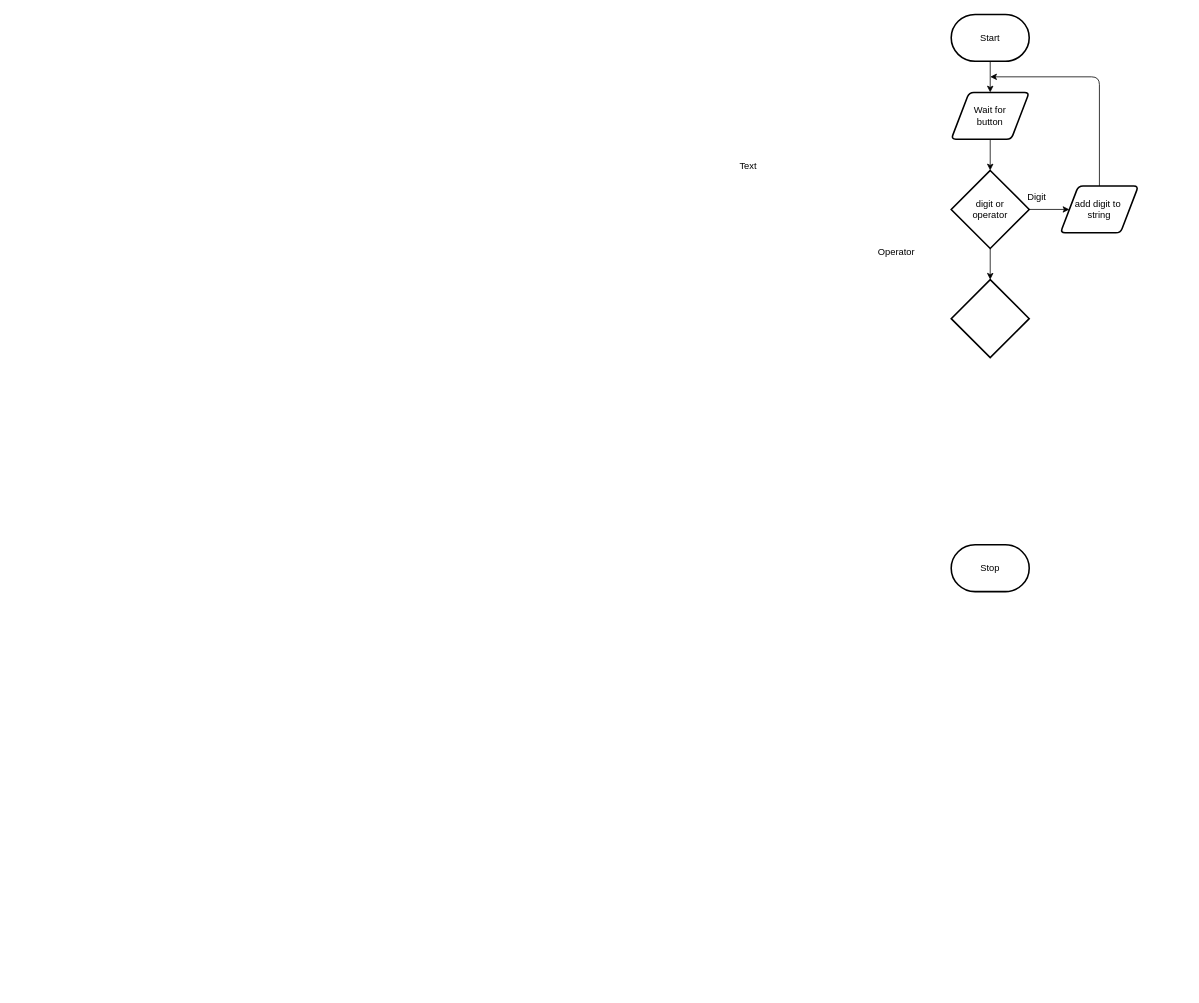
Adam-Batiuk/ICD2O-1-2023-Final-Project-Adam-Batiuk keeps this draw.io diagram as design/flowchart.drawio. Above is the earlier version. Source tidied: cells renumbered, new cells numbered last; positions are measured from the earlier drawing's top-left corner, leaving out a move shared by most shapes. Both pictures are drawn from the tidied source at 78%, with x=0, y=0 at pixel (725, 14).
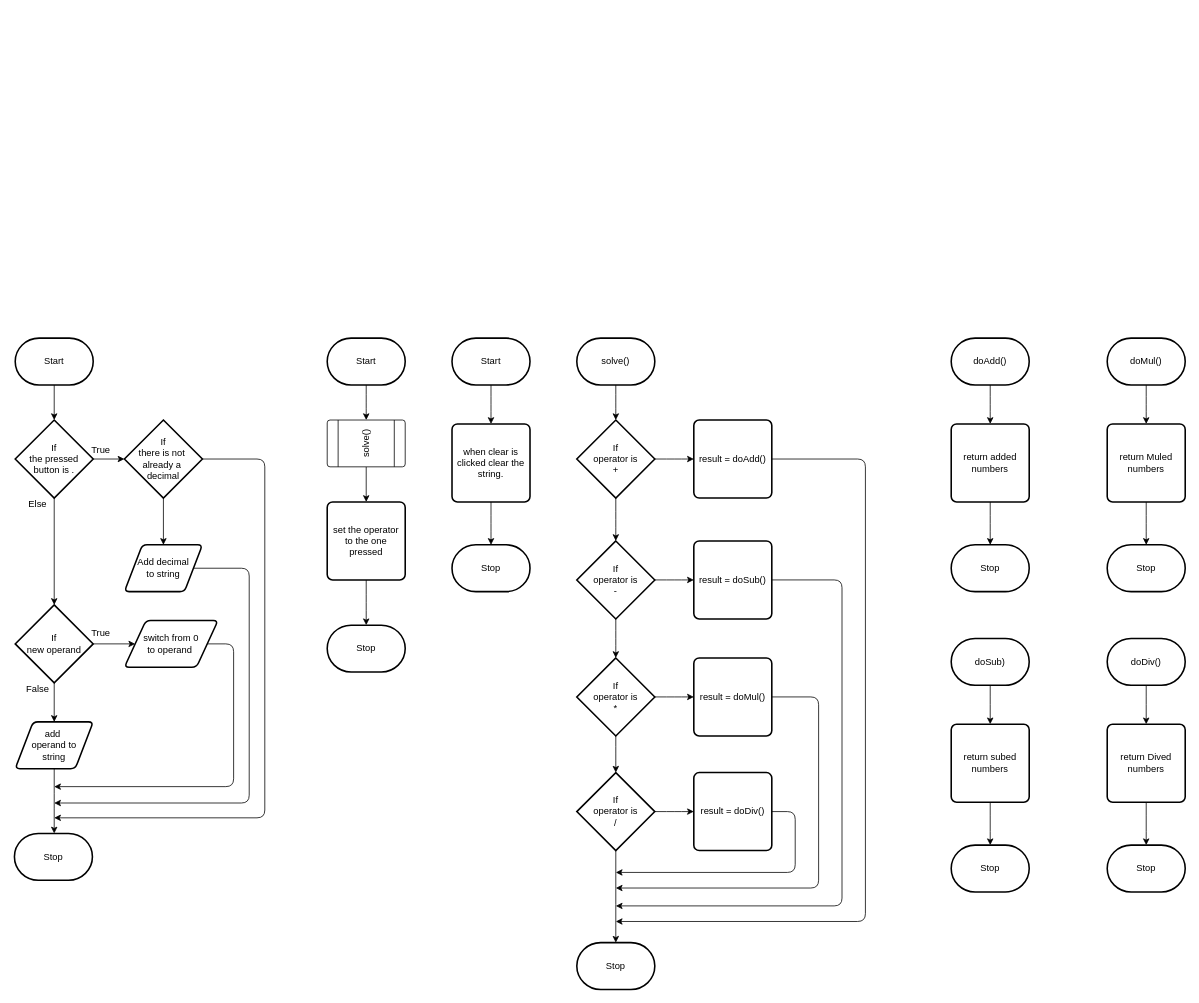
The same page after the edit.

Unchanged cells that the change refers to:
```xml
<mxCell id="2" value="Stop" style="strokeWidth=2;html=1;shape=mxgraph.flowchart.terminator;whiteSpace=wrap;" parent="1" vertex="1">
  <mxGeometry x="290" y="680" width="100" height="60" as="geometry" />
</mxCell>
```

What changed in the source:
```diff
@@
-    <mxCell id="3" style="edgeStyle=none;html=1;" parent="1" edge="1" source="4" target="9">
-      <mxGeometry relative="1" as="geometry" />
-    </mxCell>
-    <mxCell id="4" value="Start" style="strokeWidth=2;html=1;shape=mxgraph.flowchart.terminator;whiteSpace=wrap;" parent="1" vertex="1">
-      <mxGeometry x="290" width="100" height="60" as="geometry" />
-    </mxCell>
-    <mxCell id="5" style="edgeStyle=none;html=1;" parent="1" edge="1" source="7" target="13">
-      <mxGeometry relative="1" as="geometry" />
-    </mxCell>
-    <mxCell id="6" style="edgeStyle=none;html=1;" parent="1" edge="1" source="7" target="15">
-      <mxGeometry relative="1" as="geometry" />
-    </mxCell>
-    <mxCell id="7" value="digit or &lt;br&gt;operator" style="strokeWidth=2;html=1;shape=mxgraph.flowchart.decision;whiteSpace=wrap;" parent="1" vertex="1">
-      <mxGeometry x="290" y="200" width="100" height="100" as="geometry" />
-    </mxCell>
-    <mxCell id="8" style="edgeStyle=none;html=1;" parent="1" edge="1" source="9" target="7">
-      <mxGeometry relative="1" as="geometry" />
-    </mxCell>
-    <mxCell id="9" value="Wait for &lt;br&gt;button" style="shape=parallelogram;html=1;strokeWidth=2;perimeter=parallelogramPerimeter;whiteSpace=wrap;rounded=1;arcSize=12;size=0.23;" parent="1" vertex="1">
-      <mxGeometry x="290" y="100" width="100" height="60" as="geometry" />
-    </mxCell>
-    <mxCell id="10" value="Text" style="text;html=1;strokeColor=none;fillColor=none;align=center;verticalAlign=middle;whiteSpace=wrap;rounded=0;" parent="1" vertex="1">
-      <mxGeometry y="180" width="60" height="30" as="geometry" />
-    </mxCell>
-    <mxCell id="11" value="Digit" style="text;html=1;strokeColor=none;fillColor=none;align=center;verticalAlign=middle;whiteSpace=wrap;rounded=0;" parent="1" vertex="1">
-      <mxGeometry x="370" y="220" width="60" height="30" as="geometry" />
-    </mxCell>
-    <mxCell id="12" style="edgeStyle=orthogonalEdgeStyle;html=1;" parent="1" edge="1" source="13">
-      <mxGeometry relative="1" as="geometry">
-        <mxPoint x="340" y="80" as="targetPoint" />
-        <Array as="points">
-          <mxPoint x="480" y="80" />
-        </Array>
-      </mxGeometry>
-    </mxCell>
-    <mxCell id="13" value="add digit to&amp;nbsp;&lt;br&gt;string" style="shape=parallelogram;html=1;strokeWidth=2;perimeter=parallelogramPerimeter;whiteSpace=wrap;rounded=1;arcSize=12;size=0.23;" parent="1" vertex="1">
-      <mxGeometry x="430" y="220" width="100" height="60" as="geometry" />
-    </mxCell>
-    <mxCell id="14" value="Operator" style="text;html=1;strokeColor=none;fillColor=none;align=center;verticalAlign=middle;whiteSpace=wrap;rounded=0;" parent="1" vertex="1">
-      <mxGeometry x="190" y="290" width="60" height="30" as="geometry" />
-    </mxCell>
-    <mxCell id="15" style="strokeWidth=2;html=1;shape=mxgraph.flowchart.decision;whiteSpace=wrap;" parent="1" vertex="1">
-      <mxGeometry x="290" y="340" width="100" height="100" as="geometry" />
-    </mxCell>
+    <mxCell id="16" style="edgeStyle=elbowEdgeStyle;html=1;" parent="1" edge="1" source="17" target="76">
+      <mxGeometry relative="1" as="geometry" />
+    </mxCell>
+    <mxCell id="17" value="doAdd()" style="strokeWidth=2;html=1;shape=mxgraph.flowchart.terminator;whiteSpace=wrap;" parent="1" vertex="1">
+      <mxGeometry x="290" y="415" width="100" height="60" as="geometry" />
+    </mxCell>
+    <mxCell id="18" value="Stop" style="strokeWidth=2;html=1;shape=mxgraph.flowchart.terminator;whiteSpace=wrap;" parent="1" vertex="1">
+      <mxGeometry x="-190" y="1190" width="100" height="60" as="geometry" />
+    </mxCell>
+    <mxCell id="19" style="edgeStyle=elbowEdgeStyle;html=1;" parent="1" edge="1" source="20" target="57">
+      <mxGeometry relative="1" as="geometry" />
+    </mxCell>
+    <mxCell id="20" value="solve()" style="strokeWidth=2;html=1;shape=mxgraph.flowchart.terminator;whiteSpace=wrap;" parent="1" vertex="1">
+      <mxGeometry x="-190" y="415" width="100" height="60" as="geometry" />
+    </mxCell>
+    <mxCell id="21" value="Stop" style="strokeWidth=2;html=1;shape=mxgraph.flowchart.terminator;whiteSpace=wrap;" parent="1" vertex="1">
+      <mxGeometry x="-350" y="680" width="100" height="60" as="geometry" />
+    </mxCell>
+    <mxCell id="22" style="edgeStyle=elbowEdgeStyle;html=1;" parent="1" edge="1" source="23" target="54">
+      <mxGeometry relative="1" as="geometry" />
+    </mxCell>
+    <mxCell id="23" value="Start" style="strokeWidth=2;html=1;shape=mxgraph.flowchart.terminator;whiteSpace=wrap;" parent="1" vertex="1">
+      <mxGeometry x="-350" y="415" width="100" height="60" as="geometry" />
+    </mxCell>
+    <mxCell id="24" value="Stop" style="strokeWidth=2;html=1;shape=mxgraph.flowchart.terminator;whiteSpace=wrap;" parent="1" vertex="1">
+      <mxGeometry x="-510" y="783" width="100" height="60" as="geometry" />
+    </mxCell>
+    <mxCell id="25" style="edgeStyle=elbowEdgeStyle;html=1;entryX=0.5;entryY=0;entryDx=0;entryDy=0;" parent="1" edge="1" source="26" target="50">
+      <mxGeometry relative="1" as="geometry" />
+    </mxCell>
+    <mxCell id="26" value="Start" style="strokeWidth=2;html=1;shape=mxgraph.flowchart.terminator;whiteSpace=wrap;" parent="1" vertex="1">
+      <mxGeometry x="-510" y="415" width="100" height="60" as="geometry" />
+    </mxCell>
+    <mxCell id="27" value="Stop" style="strokeWidth=2;html=1;shape=mxgraph.flowchart.terminator;whiteSpace=wrap;" parent="1" vertex="1">
+      <mxGeometry x="-911" y="1050" width="100" height="60" as="geometry" />
+    </mxCell>
+    <mxCell id="28" style="edgeStyle=none;html=1;" parent="1" edge="1" source="29" target="32">
+      <mxGeometry relative="1" as="geometry" />
+    </mxCell>
+    <mxCell id="29" value="Start" style="strokeWidth=2;html=1;shape=mxgraph.flowchart.terminator;whiteSpace=wrap;" parent="1" vertex="1">
+      <mxGeometry x="-910" y="415" width="100" height="60" as="geometry" />
+    </mxCell>
+    <mxCell id="30" style="edgeStyle=none;html=1;" parent="1" edge="1" source="32" target="35">
+      <mxGeometry relative="1" as="geometry" />
+    </mxCell>
+    <mxCell id="31" style="edgeStyle=none;html=1;" parent="1" edge="1" source="32" target="38">
+      <mxGeometry relative="1" as="geometry" />
+    </mxCell>
+    <mxCell id="32" value="If&lt;br&gt;the pressed button is ." style="strokeWidth=2;html=1;shape=mxgraph.flowchart.decision;whiteSpace=wrap;" parent="1" vertex="1">
+      <mxGeometry x="-910" y="520" width="100" height="100" as="geometry" />
+    </mxCell>
+    <mxCell id="33" style="edgeStyle=none;html=1;" parent="1" edge="1" source="35" target="46">
+      <mxGeometry relative="1" as="geometry" />
+    </mxCell>
+    <mxCell id="34" style="edgeStyle=elbowEdgeStyle;html=1;" parent="1" edge="1" source="35">
+      <mxGeometry relative="1" as="geometry">
+        <mxPoint x="-860" y="1030" as="targetPoint" />
+        <Array as="points">
+          <mxPoint x="-590" y="850" />
+          <mxPoint x="-560" y="860" />
+          <mxPoint x="-530" y="780" />
+        </Array>
+      </mxGeometry>
+    </mxCell>
+    <mxCell id="35" value="If&lt;br&gt;there is not&amp;nbsp;&lt;br&gt;already a&amp;nbsp;&lt;br&gt;decimal" style="strokeWidth=2;html=1;shape=mxgraph.flowchart.decision;whiteSpace=wrap;" parent="1" vertex="1">
+      <mxGeometry x="-770" y="520" width="100" height="100" as="geometry" />
+    </mxCell>
+    <mxCell id="36" style="edgeStyle=none;html=1;" parent="1" edge="1" source="38" target="40">
+      <mxGeometry relative="1" as="geometry" />
+    </mxCell>
+    <mxCell id="37" style="edgeStyle=none;html=1;" parent="1" edge="1" source="38" target="42">
+      <mxGeometry relative="1" as="geometry" />
+    </mxCell>
+    <mxCell id="38" value="If&lt;br&gt;new operand" style="strokeWidth=2;html=1;shape=mxgraph.flowchart.decision;whiteSpace=wrap;" parent="1" vertex="1">
+      <mxGeometry x="-910" y="757" width="100" height="100" as="geometry" />
+    </mxCell>
+    <mxCell id="39" style="edgeStyle=elbowEdgeStyle;html=1;" parent="1" edge="1" source="40">
+      <mxGeometry relative="1" as="geometry">
+        <mxPoint x="-860" y="990" as="targetPoint" />
+        <Array as="points">
+          <mxPoint x="-630" y="870" />
+        </Array>
+      </mxGeometry>
+    </mxCell>
+    <mxCell id="40" value="switch from 0&lt;br&gt;to operand&amp;nbsp;" style="shape=parallelogram;html=1;strokeWidth=2;perimeter=parallelogramPerimeter;whiteSpace=wrap;rounded=1;arcSize=12;size=0.23;" parent="1" vertex="1">
+      <mxGeometry x="-770" y="777" width="120" height="60" as="geometry" />
+    </mxCell>
+    <mxCell id="41" style="edgeStyle=elbowEdgeStyle;html=1;" parent="1" edge="1" source="42" target="27">
+      <mxGeometry relative="1" as="geometry" />
+    </mxCell>
+    <mxCell id="42" value="add&amp;nbsp;&lt;br&gt;operand to&lt;br&gt;string" style="shape=parallelogram;html=1;strokeWidth=2;perimeter=parallelogramPerimeter;whiteSpace=wrap;rounded=1;arcSize=12;size=0.23;" parent="1" vertex="1">
+      <mxGeometry x="-910" y="907" width="100" height="60" as="geometry" />
+    </mxCell>
+    <mxCell id="43" value="True" style="text;html=1;strokeColor=none;fillColor=none;align=center;verticalAlign=middle;whiteSpace=wrap;rounded=0;" parent="1" vertex="1">
+      <mxGeometry x="-830" y="544" width="60" height="30" as="geometry" />
+    </mxCell>
+    <mxCell id="44" value="Else" style="text;html=1;strokeColor=none;fillColor=none;align=center;verticalAlign=middle;whiteSpace=wrap;rounded=0;" parent="1" vertex="1">
+      <mxGeometry x="-911" y="613" width="60" height="30" as="geometry" />
+    </mxCell>
+    <mxCell id="45" style="edgeStyle=elbowEdgeStyle;html=1;" parent="1" edge="1" source="46">
+      <mxGeometry relative="1" as="geometry">
+        <mxPoint x="-860" y="1011" as="targetPoint" />
+        <Array as="points">
+          <mxPoint x="-610" y="880" />
+          <mxPoint x="-590" y="860" />
+        </Array>
+      </mxGeometry>
+    </mxCell>
+    <mxCell id="46" value="Add decimal&lt;br&gt;to string" style="shape=parallelogram;html=1;strokeWidth=2;perimeter=parallelogramPerimeter;whiteSpace=wrap;rounded=1;arcSize=12;size=0.23;" parent="1" vertex="1">
+      <mxGeometry x="-770" y="680" width="100" height="60" as="geometry" />
+    </mxCell>
+    <mxCell id="47" value="False" style="text;html=1;strokeColor=none;fillColor=none;align=center;verticalAlign=middle;whiteSpace=wrap;rounded=0;" parent="1" vertex="1">
+      <mxGeometry x="-911" y="850" width="60" height="30" as="geometry" />
+    </mxCell>
+    <mxCell id="48" value="True" style="text;html=1;strokeColor=none;fillColor=none;align=center;verticalAlign=middle;whiteSpace=wrap;rounded=0;" parent="1" vertex="1">
+      <mxGeometry x="-830" y="778" width="60" height="30" as="geometry" />
+    </mxCell>
+    <mxCell id="49" style="edgeStyle=elbowEdgeStyle;html=1;" parent="1" edge="1" source="50" target="52">
+      <mxGeometry relative="1" as="geometry">
+        <Array as="points">
+          <mxPoint x="-460" y="685" />
+        </Array>
+      </mxGeometry>
+    </mxCell>
+    <mxCell id="50" value="solve()" style="verticalLabelPosition=middle;verticalAlign=middle;html=1;shape=process;rounded=1;size=0.14;arcSize=6;whiteSpace=wrap;align=center;horizontal=0;labelPosition=center;" parent="1" vertex="1">
+      <mxGeometry x="-510" y="520" width="100" height="60" as="geometry" />
+    </mxCell>
+    <mxCell id="51" style="edgeStyle=elbowEdgeStyle;html=1;" parent="1" edge="1" source="52" target="24">
+      <mxGeometry relative="1" as="geometry" />
+    </mxCell>
+    <mxCell id="52" value="set the operator&lt;br&gt;to the one pressed" style="rounded=1;whiteSpace=wrap;html=1;absoluteArcSize=1;arcSize=14;strokeWidth=2;" parent="1" vertex="1">
+      <mxGeometry x="-510" y="625" width="100" height="100" as="geometry" />
+    </mxCell>
+    <mxCell id="53" style="edgeStyle=elbowEdgeStyle;html=1;" parent="1" edge="1" source="54" target="21">
+      <mxGeometry relative="1" as="geometry" />
+    </mxCell>
+    <mxCell id="54" value="when clear is clicked clear the string." style="rounded=1;whiteSpace=wrap;html=1;absoluteArcSize=1;arcSize=14;strokeWidth=2;" parent="1" vertex="1">
+      <mxGeometry x="-350" y="525" width="100" height="100" as="geometry" />
+    </mxCell>
+    <mxCell id="55" style="edgeStyle=elbowEdgeStyle;html=1;" parent="1" edge="1" source="57" target="60">
+      <mxGeometry relative="1" as="geometry" />
+    </mxCell>
+    <mxCell id="56" style="edgeStyle=elbowEdgeStyle;html=1;" parent="1" edge="1" source="57" target="68">
+      <mxGeometry relative="1" as="geometry" />
+    </mxCell>
+    <mxCell id="57" value="If&lt;br&gt;operator is&lt;br&gt;+" style="strokeWidth=2;html=1;shape=mxgraph.flowchart.decision;whiteSpace=wrap;" parent="1" vertex="1">
+      <mxGeometry x="-190" y="520" width="100" height="100" as="geometry" />
+    </mxCell>
+    <mxCell id="58" style="edgeStyle=elbowEdgeStyle;html=1;" parent="1" edge="1" source="60" target="66">
+      <mxGeometry relative="1" as="geometry" />
+    </mxCell>
+    <mxCell id="59" style="edgeStyle=elbowEdgeStyle;html=1;entryX=0;entryY=0.5;entryDx=0;entryDy=0;" parent="1" edge="1" source="60" target="70">
+      <mxGeometry relative="1" as="geometry" />
+    </mxCell>
+    <mxCell id="60" value="If&lt;br&gt;operator is&lt;br&gt;-" style="strokeWidth=2;html=1;shape=mxgraph.flowchart.decision;whiteSpace=wrap;" parent="1" vertex="1">
+      <mxGeometry x="-190" y="675" width="100" height="100" as="geometry" />
+    </mxCell>
+    <mxCell id="61" style="edgeStyle=elbowEdgeStyle;html=1;" parent="1" edge="1" source="63" target="74">
+      <mxGeometry relative="1" as="geometry" />
+    </mxCell>
+    <mxCell id="62" style="edgeStyle=elbowEdgeStyle;html=1;" parent="1" edge="1" source="63" target="18">
+      <mxGeometry relative="1" as="geometry" />
+    </mxCell>
+    <mxCell id="63" value="If&lt;br&gt;operator is&lt;br&gt;/" style="strokeWidth=2;html=1;shape=mxgraph.flowchart.decision;whiteSpace=wrap;" parent="1" vertex="1">
+      <mxGeometry x="-190" y="972" width="100" height="100" as="geometry" />
+    </mxCell>
+    <mxCell id="64" style="edgeStyle=elbowEdgeStyle;html=1;" parent="1" edge="1" source="66" target="63">
+      <mxGeometry relative="1" as="geometry" />
+    </mxCell>
+    <mxCell id="65" style="edgeStyle=elbowEdgeStyle;html=1;" parent="1" edge="1" source="66" target="72">
+      <mxGeometry relative="1" as="geometry" />
+    </mxCell>
+    <mxCell id="66" value="If&lt;br&gt;operator is&lt;br&gt;*" style="strokeWidth=2;html=1;shape=mxgraph.flowchart.decision;whiteSpace=wrap;" parent="1" vertex="1">
+      <mxGeometry x="-190" y="825" width="100" height="100" as="geometry" />
+    </mxCell>
+    <mxCell id="67" style="edgeStyle=elbowEdgeStyle;html=1;" parent="1" edge="1" source="68">
+      <mxGeometry relative="1" as="geometry">
+        <mxPoint x="-140" y="1162.9" as="targetPoint" />
+        <Array as="points">
+          <mxPoint x="180" y="940" />
+          <mxPoint x="200" y="910" />
+        </Array>
+      </mxGeometry>
+    </mxCell>
+    <mxCell id="68" value="result = doAdd()" style="rounded=1;whiteSpace=wrap;html=1;absoluteArcSize=1;arcSize=14;strokeWidth=2;" parent="1" vertex="1">
+      <mxGeometry x="-40" y="520" width="100" height="100" as="geometry" />
+    </mxCell>
+    <mxCell id="69" style="edgeStyle=elbowEdgeStyle;html=1;" parent="1" edge="1" source="70">
+      <mxGeometry relative="1" as="geometry">
+        <mxPoint x="-140" y="1142.9" as="targetPoint" />
+        <Array as="points">
+          <mxPoint x="150" y="1040" />
+          <mxPoint x="170" y="920" />
+        </Array>
+      </mxGeometry>
+    </mxCell>
+    <mxCell id="70" value="result = doSub()" style="rounded=1;whiteSpace=wrap;html=1;absoluteArcSize=1;arcSize=14;strokeWidth=2;" parent="1" vertex="1">
+      <mxGeometry x="-40" y="675" width="100" height="100" as="geometry" />
+    </mxCell>
+    <mxCell id="71" style="edgeStyle=elbowEdgeStyle;html=1;" parent="1" edge="1" source="72">
+      <mxGeometry relative="1" as="geometry">
+        <mxPoint x="-140" y="1120" as="targetPoint" />
+        <Array as="points">
+          <mxPoint x="120" y="1020" />
+          <mxPoint x="140" y="990" />
+        </Array>
+      </mxGeometry>
+    </mxCell>
+    <mxCell id="72" value="result = doMul()" style="rounded=1;whiteSpace=wrap;html=1;absoluteArcSize=1;arcSize=14;strokeWidth=2;" parent="1" vertex="1">
+      <mxGeometry x="-40" y="825" width="100" height="100" as="geometry" />
+    </mxCell>
+    <mxCell id="73" style="edgeStyle=elbowEdgeStyle;html=1;exitX=1;exitY=0.5;exitDx=0;exitDy=0;" parent="1" edge="1" source="74">
+      <mxGeometry relative="1" as="geometry">
+        <mxPoint x="-140" y="1100" as="targetPoint" />
+        <Array as="points">
+          <mxPoint x="90" y="1060" />
+        </Array>
+      </mxGeometry>
+    </mxCell>
+    <mxCell id="74" value="result = doDiv()" style="rounded=1;whiteSpace=wrap;html=1;absoluteArcSize=1;arcSize=14;strokeWidth=2;" parent="1" vertex="1">
+      <mxGeometry x="-40" y="972" width="100" height="100" as="geometry" />
+    </mxCell>
+    <mxCell id="75" style="edgeStyle=elbowEdgeStyle;html=1;" parent="1" edge="1" source="76" target="2">
+      <mxGeometry relative="1" as="geometry" />
+    </mxCell>
+    <mxCell id="76" value="return added numbers" style="rounded=1;whiteSpace=wrap;html=1;absoluteArcSize=1;arcSize=14;strokeWidth=2;" parent="1" vertex="1">
+      <mxGeometry x="290" y="525" width="100" height="100" as="geometry" />
+    </mxCell>
+    <mxCell id="77" value="Stop" style="strokeWidth=2;html=1;shape=mxgraph.flowchart.terminator;whiteSpace=wrap;" parent="1" vertex="1">
+      <mxGeometry x="290" y="1065" width="100" height="60" as="geometry" />
+    </mxCell>
+    <mxCell id="78" style="edgeStyle=elbowEdgeStyle;html=1;" parent="1" edge="1" source="79" target="81">
+      <mxGeometry relative="1" as="geometry" />
+    </mxCell>
+    <mxCell id="79" value="doSub)" style="strokeWidth=2;html=1;shape=mxgraph.flowchart.terminator;whiteSpace=wrap;" parent="1" vertex="1">
+      <mxGeometry x="290" y="800" width="100" height="60" as="geometry" />
+    </mxCell>
+    <mxCell id="80" style="edgeStyle=elbowEdgeStyle;html=1;" parent="1" edge="1" source="81" target="77">
+      <mxGeometry relative="1" as="geometry" />
+    </mxCell>
+    <mxCell id="81" value="return subed numbers" style="rounded=1;whiteSpace=wrap;html=1;absoluteArcSize=1;arcSize=14;strokeWidth=2;" parent="1" vertex="1">
+      <mxGeometry x="290" y="910" width="100" height="100" as="geometry" />
+    </mxCell>
+    <mxCell id="82" value="Stop" style="strokeWidth=2;html=1;shape=mxgraph.flowchart.terminator;whiteSpace=wrap;" parent="1" vertex="1">
+      <mxGeometry x="490" y="680" width="100" height="60" as="geometry" />
+    </mxCell>
+    <mxCell id="83" style="edgeStyle=elbowEdgeStyle;html=1;" parent="1" edge="1" source="84" target="86">
+      <mxGeometry relative="1" as="geometry" />
+    </mxCell>
+    <mxCell id="84" value="doMul()" style="strokeWidth=2;html=1;shape=mxgraph.flowchart.terminator;whiteSpace=wrap;" parent="1" vertex="1">
+      <mxGeometry x="490" y="415" width="100" height="60" as="geometry" />
+    </mxCell>
+    <mxCell id="85" style="edgeStyle=elbowEdgeStyle;html=1;" parent="1" edge="1" source="86" target="82">
+      <mxGeometry relative="1" as="geometry" />
+    </mxCell>
+    <mxCell id="86" value="return Muled numbers" style="rounded=1;whiteSpace=wrap;html=1;absoluteArcSize=1;arcSize=14;strokeWidth=2;" parent="1" vertex="1">
+      <mxGeometry x="490" y="525" width="100" height="100" as="geometry" />
+    </mxCell>
+    <mxCell id="87" value="Stop" style="strokeWidth=2;html=1;shape=mxgraph.flowchart.terminator;whiteSpace=wrap;" parent="1" vertex="1">
+      <mxGeometry x="490" y="1065" width="100" height="60" as="geometry" />
+    </mxCell>
+    <mxCell id="88" style="edgeStyle=elbowEdgeStyle;html=1;" parent="1" edge="1" source="89" target="91">
+      <mxGeometry relative="1" as="geometry" />
+    </mxCell>
+    <mxCell id="89" value="doDiv()" style="strokeWidth=2;html=1;shape=mxgraph.flowchart.terminator;whiteSpace=wrap;" parent="1" vertex="1">
+      <mxGeometry x="490" y="800" width="100" height="60" as="geometry" />
+    </mxCell>
+    <mxCell id="90" style="edgeStyle=elbowEdgeStyle;html=1;" parent="1" edge="1" source="91" target="87">
+      <mxGeometry relative="1" as="geometry" />
+    </mxCell>
+    <mxCell id="91" value="return Dived numbers" style="rounded=1;whiteSpace=wrap;html=1;absoluteArcSize=1;arcSize=14;strokeWidth=2;" parent="1" vertex="1">
+      <mxGeometry x="490" y="910" width="100" height="100" as="geometry" />
+    </mxCell>
```
